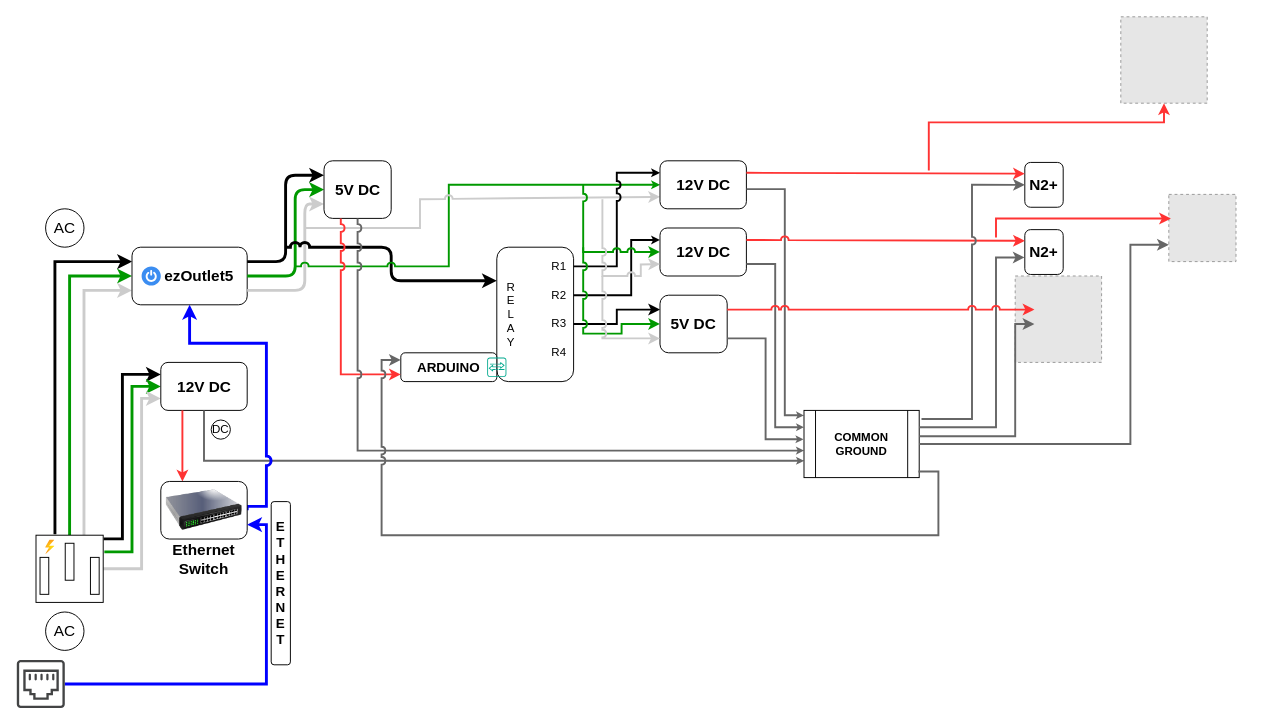
This is res/canopyPowerDiagram.drawio from mi3nts/canopy, a draw.io file, before an edit. Source tidied: cells renumbered, new cells numbered last; positions are measured from the earlier drawing's top-left corner, leaving out a move shared by most shapes. Both pictures are drawn from the tidied source at 96%, with x=0, y=0 at pixel (16, 16). Pictures stored in the file or linked from it are replaced by grey dashed boxes.
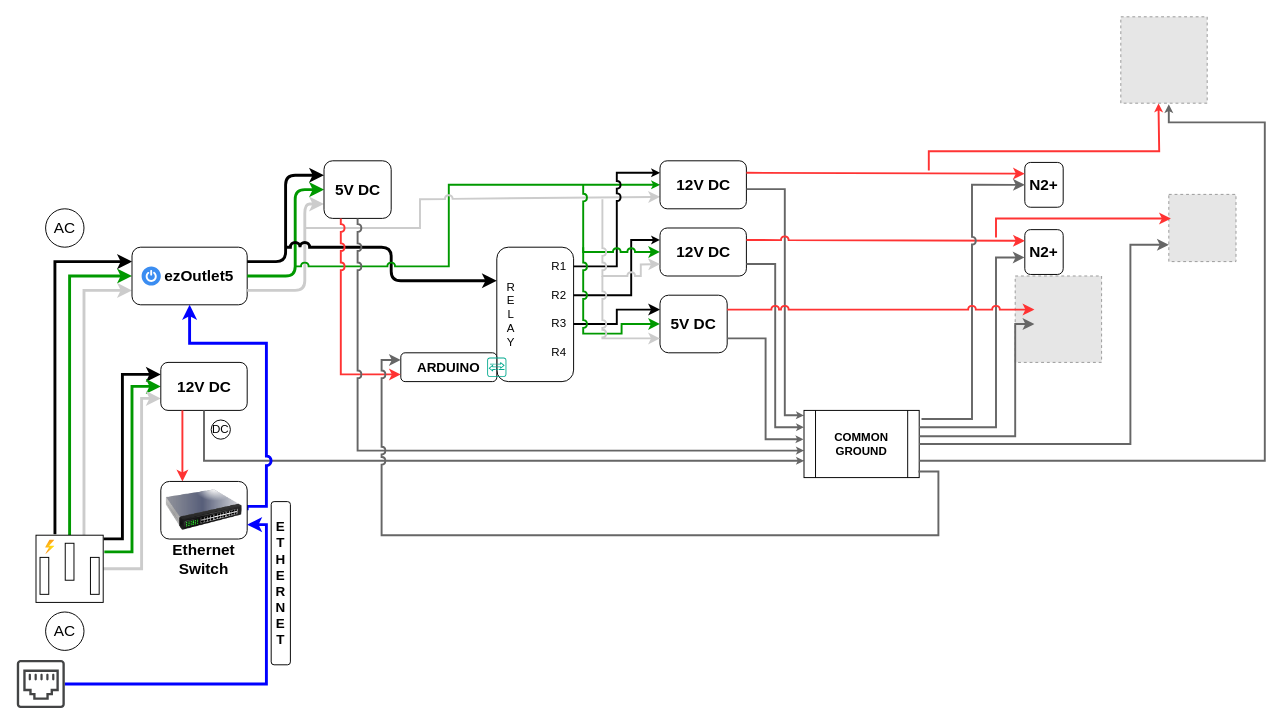
Above is the later version.

Unchanged cells that the change refers to:
```xml
<mxCell id="86" style="shape=process;whiteSpace=wrap;html=1;backgroundOutline=1;" parent="85" vertex="1">
  <mxGeometry width="120" height="70" as="geometry" />
</mxCell>
<mxCell id="97" style="fillColor=#E6E6E6;strokeColor=#999999;dashed=1;verticalLabelPosition=bottom;verticalAlign=top;" parent="1" vertex="1">
  <mxGeometry x="1150" width="90" height="90" as="geometry" />
</mxCell>
```

Diff of the diagram source:
```diff
@@
-    <mxCell id="98" style="endArrow=classic;html=1;rounded=0;entryX=0.5;entryY=1;entryDx=0;entryDy=0;strokeColor=#FF3333;flowAnimation=1;strokeWidth=2;jumpStyle=arc;" parent="1" edge="1" target="97">
-      <mxGeometry relative="1" as="geometry">
-        <mxPoint x="950" y="160" as="sourcePoint" />
-        <Array as="points">
-          <mxPoint x="950" y="110" />
-          <mxPoint x="1195" y="110" />
-        </Array>
-      </mxGeometry>
-    </mxCell>
@@
+    <mxCell id="105" style="edgeStyle=orthogonalEdgeStyle;rounded=0;jettySize=auto;html=1;exitX=1;exitY=0.75;exitDx=0;exitDy=0;strokeColor=#666666;strokeWidth=2;jumpStyle=arc;flowAnimation=1;endSize=3;" parent="1" edge="1" source="86">
+      <mxGeometry relative="1" as="geometry">
+        <mxPoint x="1200" y="91" as="targetPoint" />
+        <Array as="points">
+          <mxPoint x="1300" y="463" />
+          <mxPoint x="1300" y="110" />
+          <mxPoint x="1200" y="110" />
+        </Array>
+      </mxGeometry>
+    </mxCell>
+    <mxCell id="106" style="endArrow=classic;html=1;rounded=0;entryX=0.436;entryY=1.002;entryDx=0;entryDy=0;entryPerimeter=0;strokeWidth=2;strokeColor=#FF3333;flowAnimation=1;jumpStyle=arc;endSize=3;" parent="1" edge="1" target="97">
+      <mxGeometry relative="1" as="geometry">
+        <mxPoint x="950" y="160" as="sourcePoint" />
+        <Array as="points">
+          <mxPoint x="950" y="140" />
+          <mxPoint x="1190" y="140" />
+        </Array>
+      </mxGeometry>
+    </mxCell>
```
